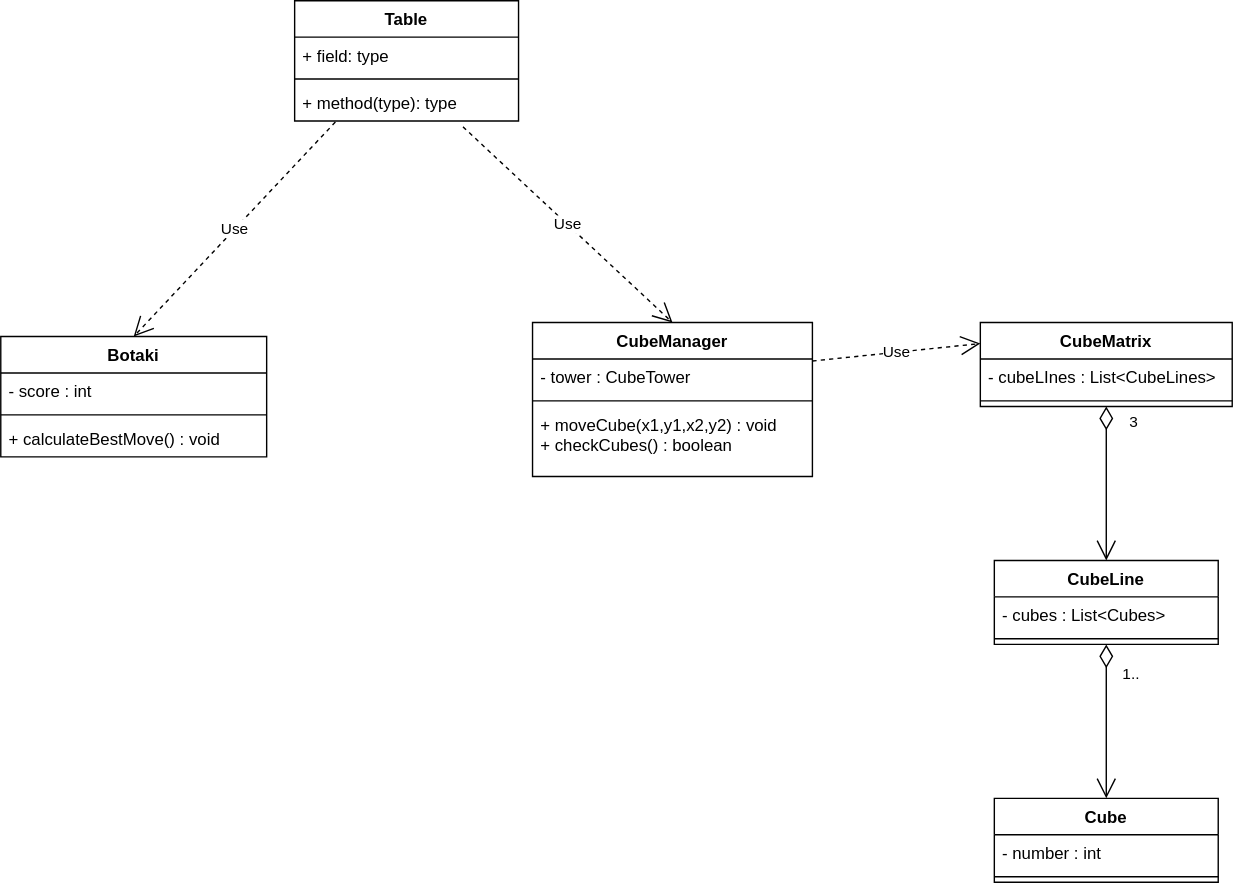
Above: ask1.drawio.svg in philipAthanasopoulos/Cube-io (draw.io), before the change. Source tidied: cells renumbered, new cells last; positions are measured from the earlier drawing's top-left corner, leaving out a move shared by most shapes.
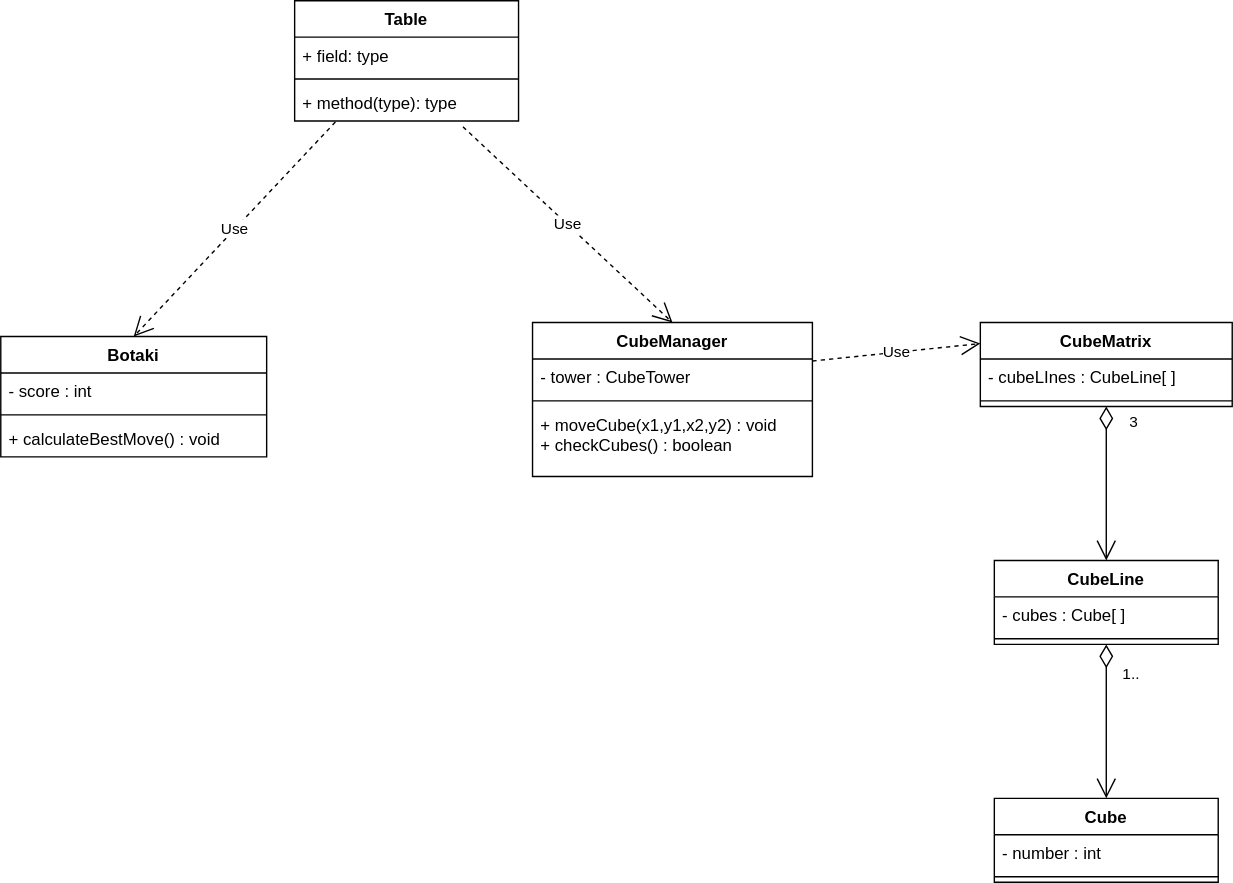
The same file after the commit.

Change to the diagram source:
```diff
@@ -41,7 +41,7 @@
     <mxCell id="14" value="CubeLine" style="swimlane;fontStyle=1;align=center;verticalAlign=top;horizontal=1;startSize=26;" parent="1" vertex="1">
       <mxGeometry x="710" y="400" width="160" height="60" as="geometry" />
     </mxCell>
-    <mxCell id="15" value="- cubes : List&lt;Cubes&gt;" style="text;strokeColor=none;fillColor=none;align=left;verticalAlign=top;spacingLeft=4;spacingRight=4;overflow=hidden;" parent="14" vertex="1">
+    <mxCell id="15" value="- cubes : Cube[ ]" style="text;strokeColor=none;fillColor=none;align=left;verticalAlign=top;spacingLeft=4;spacingRight=4;overflow=hidden;" parent="14" vertex="1">
       <mxGeometry y="26" width="160" height="26" as="geometry" />
     </mxCell>
     <mxCell id="16" style="line;strokeWidth=1;fillColor=none;align=left;verticalAlign=middle;spacingTop=-1;spacingLeft=3;spacingRight=3;labelPosition=right;strokeColor=inherit;" parent="14" vertex="1">
@@ -71,7 +71,7 @@
     <mxCell id="24" value="CubeMatrix" style="swimlane;fontStyle=1;align=center;verticalAlign=top;horizontal=1;startSize=26;" parent="1" vertex="1">
       <mxGeometry x="700" y="230" width="180" height="60" as="geometry" />
     </mxCell>
-    <mxCell id="25" value="- cubeLInes : List&lt;CubeLines&gt;" style="text;strokeColor=none;fillColor=none;align=left;verticalAlign=top;spacingLeft=4;spacingRight=4;overflow=hidden;" parent="24" vertex="1">
+    <mxCell id="25" value="- cubeLInes : CubeLine[ ]" style="text;strokeColor=none;fillColor=none;align=left;verticalAlign=top;spacingLeft=4;spacingRight=4;overflow=hidden;" parent="24" vertex="1">
       <mxGeometry y="26" width="180" height="26" as="geometry" />
     </mxCell>
     <mxCell id="26" style="line;strokeWidth=1;fillColor=none;align=left;verticalAlign=middle;spacingTop=-1;spacingLeft=3;spacingRight=3;labelPosition=right;strokeColor=inherit;" parent="24" vertex="1">
```
